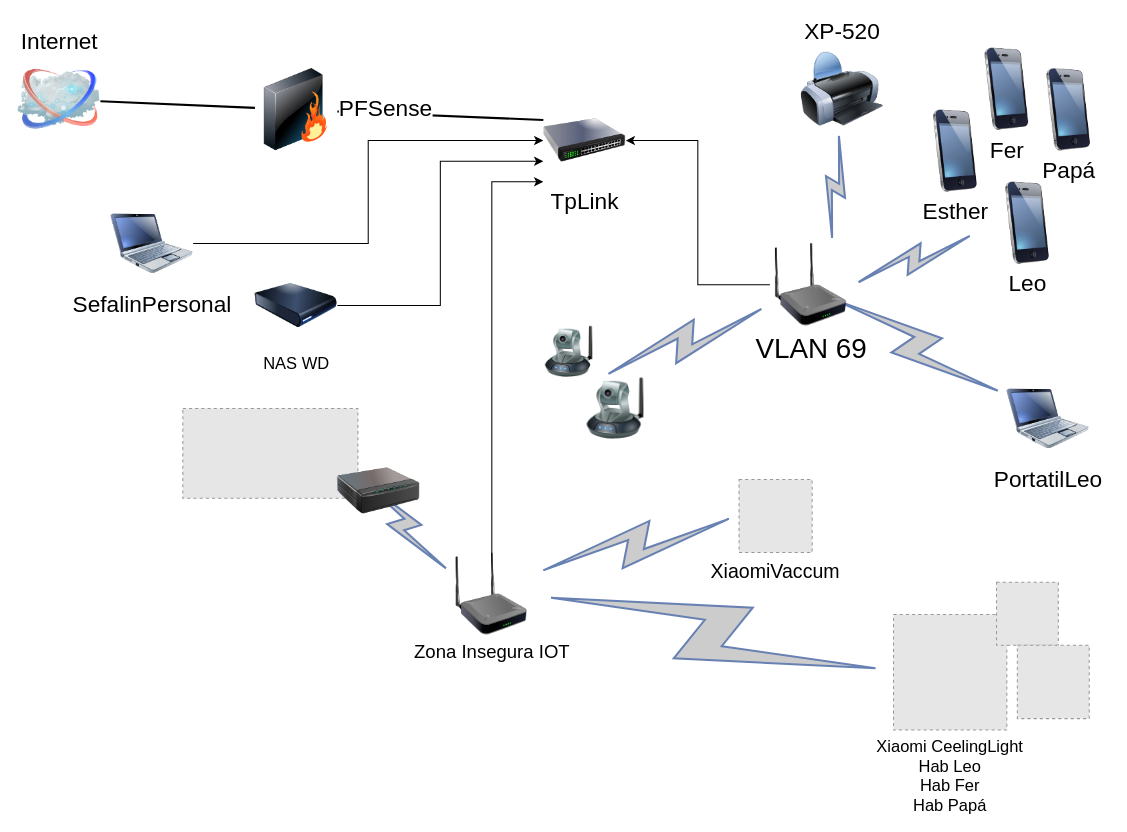
Above: Untitled Diagram.drawio in sefalin84/diagramas (draw.io), before the change. Source tidied: cells renumbered, new cells numbered last; positions are measured from the earlier drawing's top-left corner, leaving out a move shared by most shapes. Both pictures are drawn from the tidied source at 103%, with x=0, y=0 at pixel (18, 47). Pictures stored in the file or linked from it are replaced by grey dashed boxes.
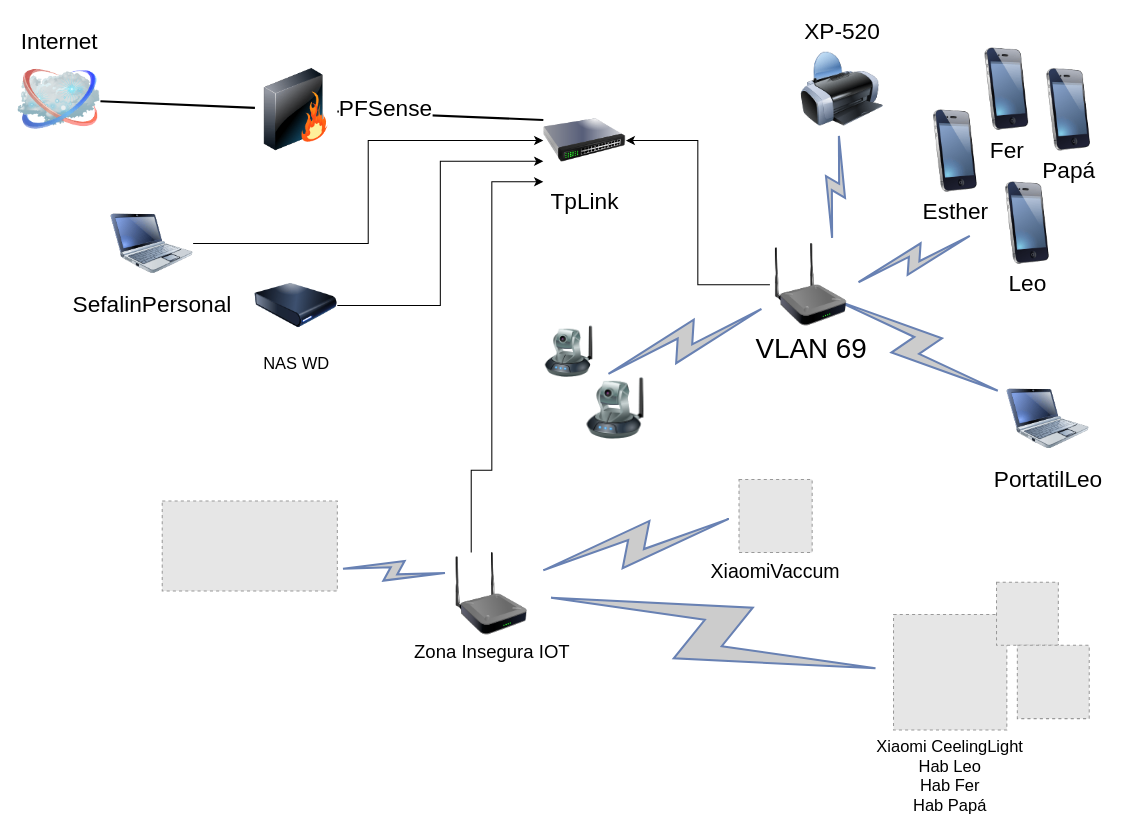
The same page after the edit.

The change refers to these unchanged cells:
```xml
<mxCell id="3" value="TpLink" style="image;html=1;image=img/lib/clip_art/networking/Switch_128x128.png;shadow=0;fontFamily=Helvetica;fontSize=22;fontColor=#000000;align=center;strokeColor=#000000;strokeWidth=2;fillColor=#ffffff;comic=0;" parent="1" vertex="1">
  <mxGeometry x="510" y="50" width="80" height="80" as="geometry" />
</mxCell>
<mxCell id="24" value="Zona Insegura IOT" style="image;html=1;image=img/lib/clip_art/networking/Repeater_128x128.png;fontSize=18;" parent="1" vertex="1">
  <mxGeometry x="420" y="490" width="80" height="80" as="geometry" />
</mxCell>
```

Diff of the diagram source:
```diff
@@
     <mxCell id="23" style="edgeStyle=orthogonalEdgeStyle;rounded=0;jettySize=auto;html=1;entryX=0;entryY=1;entryDx=0;entryDy=0;" parent="1" edge="1" source="24" target="3">
       <mxGeometry relative="1" as="geometry">
         <Array as="points">
-          <mxPoint x="460" y="490" />
+          <mxPoint x="440" y="410" />
+          <mxPoint x="460" y="410" />
           <mxPoint x="460" y="130" />
         </Array>
       </mxGeometry>
     </mxCell>
@@
     <mxCell id="32" style="fillColor=#E6E6E6;strokeColor=#999999;dashed=1;verticalLabelPosition=bottom;verticalAlign=top;" parent="1" vertex="1">
-      <mxGeometry x="160" y="350" width="170" height="87.3" as="geometry" />
+      <mxGeometry x="140" y="440" width="170" height="87.3" as="geometry" />
     </mxCell>
-    <mxCell id="33" style="image;html=1;image=img/lib/clip_art/networking/Print_Server_128x128.png;fontSize=16;" parent="1" vertex="1">
-      <mxGeometry x="310" y="390" width="80" height="80" as="geometry" />
-    </mxCell>
```
